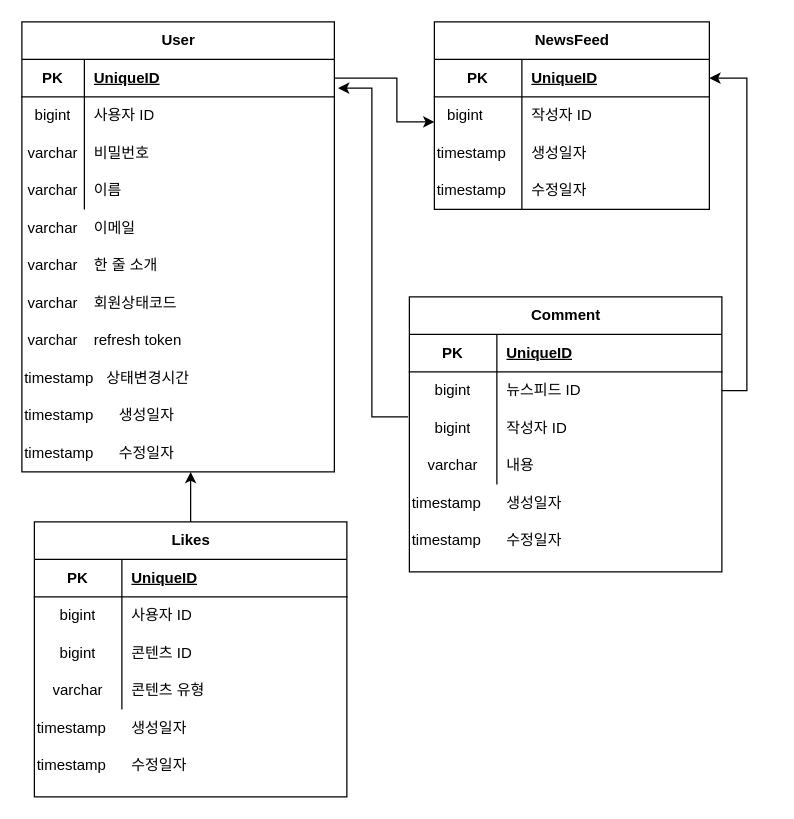
lis0517/Coderend keeps this draw.io diagram as 15조.drawio. Above is the earlier version. Source tidied: cells renumbered, new cells numbered last; positions are measured from the earlier drawing's top-left corner, leaving out a move shared by most shapes. Both pictures are drawn from the tidied source at 125%, with x=0, y=0 at pixel (21, 21).
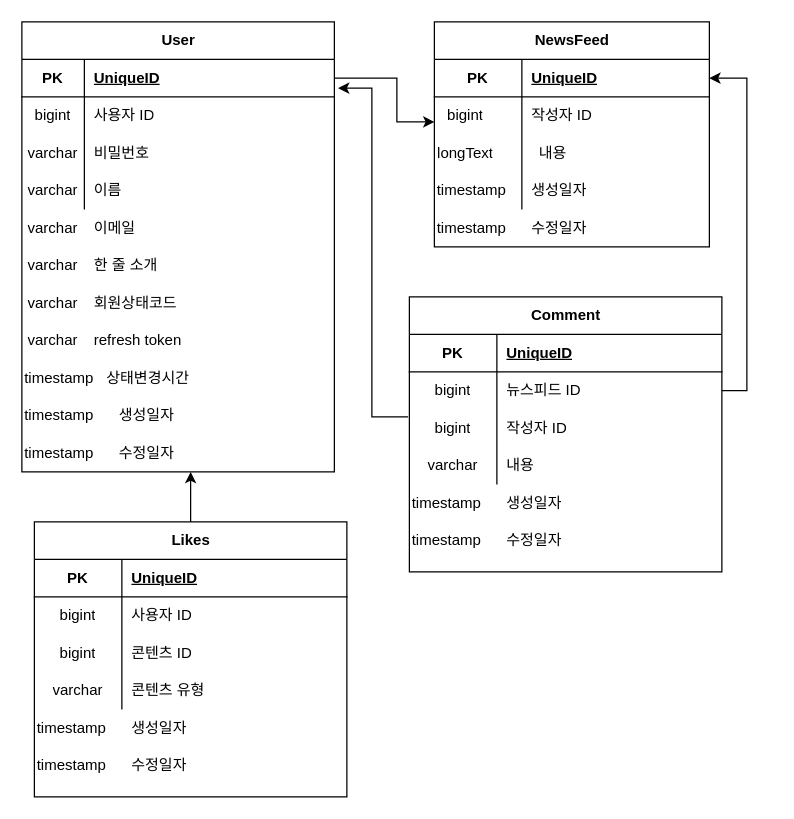
The same diagram, later.

Commit message (it also covers changes not shown here):
15조.drawio 업데이트

Diff of the diagram source:
```diff
@@
     <mxCell id="30" value="NewsFeed" style="shape=table;startSize=30;childLayout=tableLayout;rowLines=0;fontStyle=1;align=center;html=1;" parent="1" vertex="1">
-      <mxGeometry x="330" width="220" height="150" as="geometry" />
+      <mxGeometry x="330" width="220" height="180" as="geometry" />
     </mxCell>
@@
     <mxCell id="44" value="timestamp" style="shape=partialRectangle;fillColor=none;top=0;left=0;bottom=0;right=0;overflow=hidden;whiteSpace=wrap;html=1;" parent="1" vertex="1">
-      <mxGeometry x="330" y="90" width="60" height="30" as="geometry" />
+      <mxGeometry x="330" y="120" width="60" height="30" as="geometry" />
     </mxCell>
     <mxCell id="45" value="timestamp" style="shape=partialRectangle;fillColor=none;top=0;left=0;bottom=0;right=0;overflow=hidden;whiteSpace=wrap;html=1;" parent="1" vertex="1">
-      <mxGeometry x="330" y="120" width="60" height="30" as="geometry" />
+      <mxGeometry x="330" y="150" width="60" height="30" as="geometry" />
     </mxCell>
     <mxCell id="46" value="생성일자" style="shape=partialRectangle;fillColor=none;top=0;left=0;bottom=0;right=0;align=left;spacingLeft=6;overflow=hidden;whiteSpace=wrap;html=1;" parent="1" vertex="1">
-      <mxGeometry x="400" y="90" width="200" height="30" as="geometry" />
+      <mxGeometry x="400" y="120" width="200" height="30" as="geometry" />
     </mxCell>
     <mxCell id="47" value="수정일자" style="shape=partialRectangle;fillColor=none;top=0;left=0;bottom=0;right=0;align=left;spacingLeft=6;overflow=hidden;whiteSpace=wrap;html=1;" parent="1" vertex="1">
-      <mxGeometry x="400" y="120" width="200" height="30" as="geometry" />
+      <mxGeometry x="400" y="150" width="200" height="30" as="geometry" />
     </mxCell>
@@
+    <mxCell id="88" value="longText" style="shape=partialRectangle;fillColor=none;top=0;left=0;bottom=0;right=0;overflow=hidden;whiteSpace=wrap;html=1;" parent="1" vertex="1">
+      <mxGeometry x="330" y="90" width="50" height="30" as="geometry" />
+    </mxCell>
+    <mxCell id="89" value="내용" style="shape=partialRectangle;fillColor=none;top=0;left=0;bottom=0;right=0;overflow=hidden;whiteSpace=wrap;html=1;" parent="1" vertex="1">
+      <mxGeometry x="400" y="90" width="50" height="30" as="geometry" />
+    </mxCell>
```
